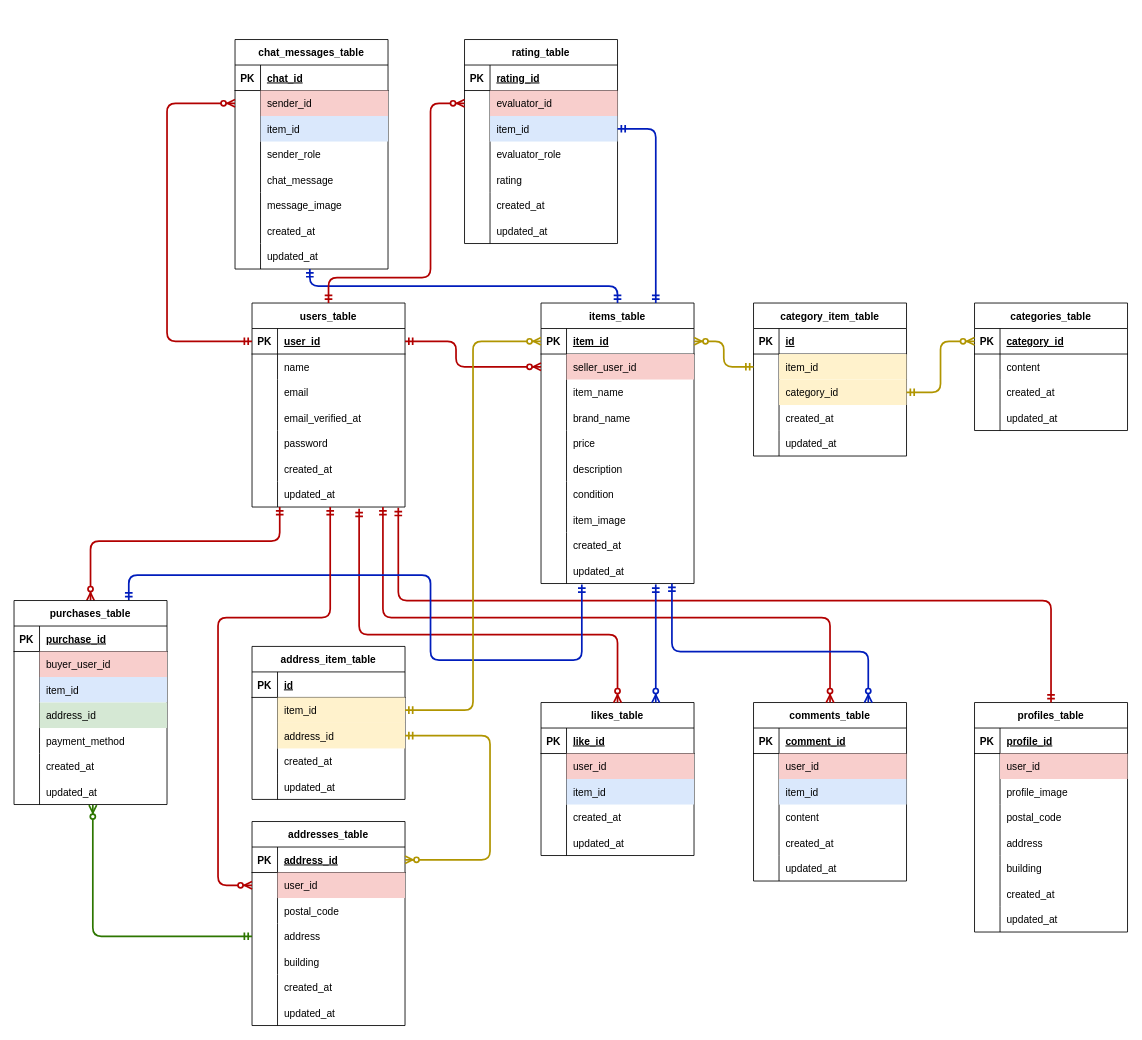
The draw.io diagram er.drawio in risamatsumoto1104/pro-test, before the edit. Source tidied: cells renumbered, new cells numbered last; positions are measured from the earlier drawing's top-left corner, leaving out a move shared by most shapes. Both pictures are drawn from the tidied source at 85%, with x=0, y=0 at pixel (14, 39).
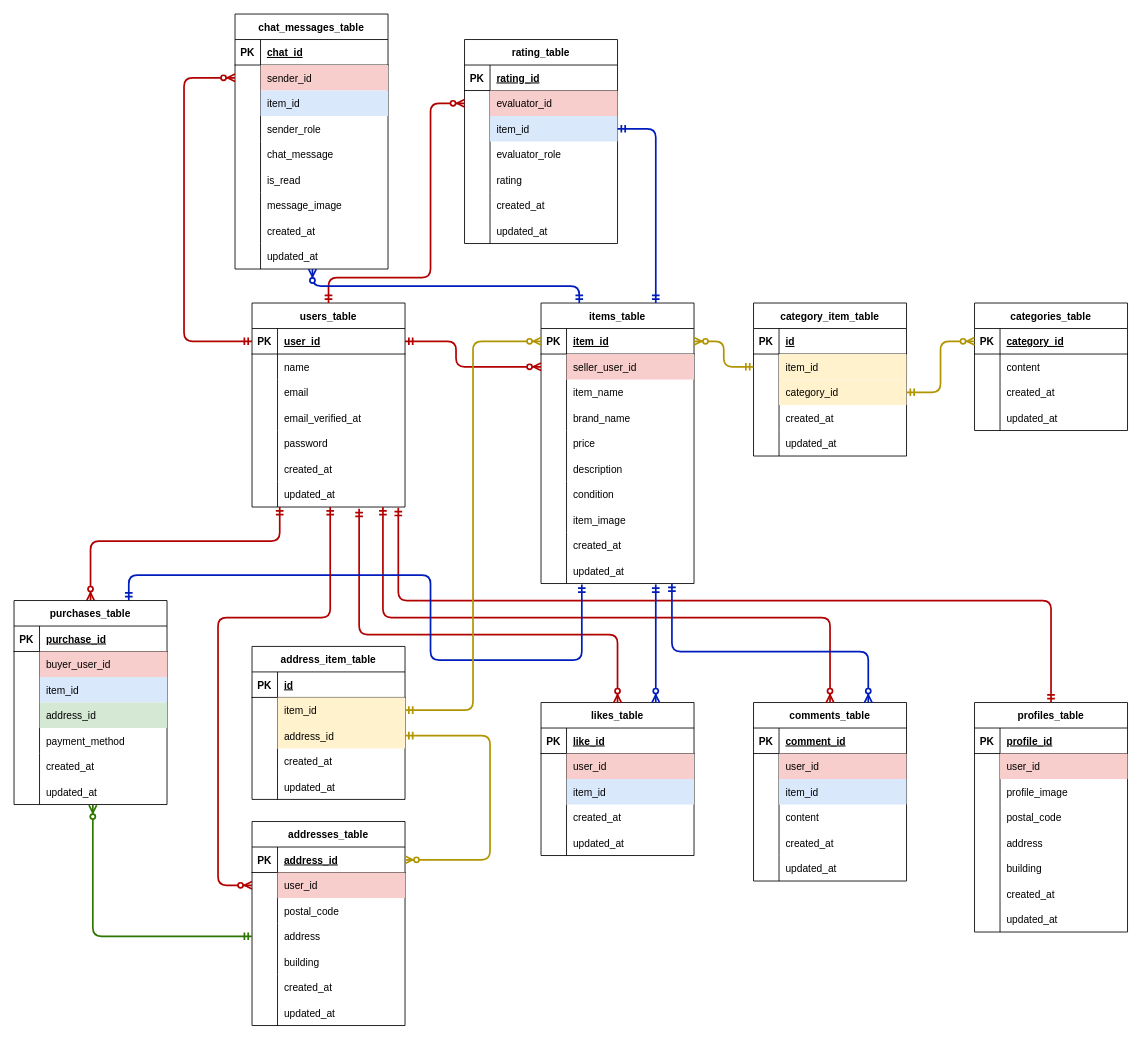
The same page after the edit.

The change refers to these unchanged cells:
```xml
<mxCell id="3" style="shape=tableRow;horizontal=0;startSize=0;swimlaneHead=0;swimlaneBody=0;fillColor=none;points=[[0,0.5],[1,0.5]];portConstraint=eastwest;top=0;left=0;right=0;bottom=1;" parent="2" vertex="1">
  <mxGeometry y="30" width="180" height="30" as="geometry" />
</mxCell>
<mxCell id="84" value="items_table" style="shape=table;startSize=30;childLayout=tableLayout;rowLines=0;fontStyle=1;align=center;" parent="1" vertex="1">
  <mxGeometry x="620" y="310" width="180" height="330" as="geometry" />
</mxCell>
<mxCell id="222" style="shape=tableRow;horizontal=0;startSize=0;swimlaneHead=0;swimlaneBody=0;fillColor=none;points=[[0,0.5],[1,0.5]];portConstraint=eastwest;top=0;left=0;right=0;bottom=0;" parent="218" vertex="1">
  <mxGeometry y="60" width="180" height="30" as="geometry" />
</mxCell>
```

What changed in the source:
```diff
@@
     <mxCell id="218" value="chat_messages_table" style="shape=table;startSize=30;childLayout=tableLayout;rowLines=0;fontStyle=1;align=center;" parent="1" vertex="1">
-      <mxGeometry x="260" width="180" height="270" as="geometry" />
+      <mxGeometry x="260" y="-30" width="180" height="300" as="geometry" />
     </mxCell>
@@
+    <mxCell id="269" style="shape=tableRow;horizontal=0;startSize=0;swimlaneHead=0;swimlaneBody=0;fillColor=none;top=0;left=0;right=0;bottom=0;" parent="218" vertex="1">
+      <mxGeometry y="180" width="180" height="30" as="geometry" />
+    </mxCell>
+    <mxCell id="270" style="shape=partialRectangle;fillColor=none;top=0;left=0;bottom=0;right=0;overflow=hidden;" parent="269" vertex="1">
+      <mxGeometry width="30" height="30" as="geometry" />
+    </mxCell>
+    <mxCell id="271" value="is_read" style="shape=partialRectangle;fillColor=none;top=0;left=0;bottom=0;right=0;align=left;spacingLeft=6;overflow=hidden;" parent="269" vertex="1">
+      <mxGeometry x="30" width="150" height="30" as="geometry" />
+    </mxCell>
     <mxCell id="234" style="shape=tableRow;horizontal=0;startSize=0;swimlaneHead=0;swimlaneBody=0;fillColor=none;top=0;left=0;right=0;bottom=0;" parent="218" vertex="1">
-      <mxGeometry y="180" width="180" height="30" as="geometry" />
+      <mxGeometry y="210" width="180" height="30" as="geometry" />
     </mxCell>
@@
     <mxCell id="237" style="shape=tableRow;horizontal=0;startSize=0;swimlaneHead=0;swimlaneBody=0;fillColor=none;top=0;left=0;right=0;bottom=0;" parent="218" vertex="1">
-      <mxGeometry y="210" width="180" height="30" as="geometry" />
+      <mxGeometry y="240" width="180" height="30" as="geometry" />
     </mxCell>
@@
     <mxCell id="240" style="shape=tableRow;horizontal=0;startSize=0;swimlaneHead=0;swimlaneBody=0;fillColor=none;points=[[0,0.5],[1,0.5]];portConstraint=eastwest;top=0;left=0;right=0;bottom=0;" parent="218" vertex="1">
-      <mxGeometry y="240" width="180" height="30" as="geometry" />
+      <mxGeometry y="270" width="180" height="30" as="geometry" />
     </mxCell>
@@
     <mxCell id="243" style="fontSize=12;html=1;endArrow=ERzeroToMany;startArrow=ERmandOne;entryX=0;entryY=0.5;entryDx=0;entryDy=0;exitX=0;exitY=0.5;exitDx=0;exitDy=0;strokeWidth=2;fillColor=#e51400;strokeColor=#B20000;edgeStyle=orthogonalEdgeStyle;" parent="1" edge="1" source="3" target="222">
       <mxGeometry relative="1" as="geometry">
         <Array as="points">
-          <mxPoint x="180" y="355" />
-          <mxPoint x="180" y="75" />
+          <mxPoint x="200" y="355" />
+          <mxPoint x="200" y="45" />
         </Array>
       </mxGeometry>
     </mxCell>
-    <mxCell id="244" style="fontSize=12;html=1;endArrow=ERmandOne;startArrow=ERmandOne;strokeWidth=2;exitX=0.5;exitY=0;exitDx=0;exitDy=0;edgeStyle=orthogonalEdgeStyle;strokeColor=#001DBC;fillColor=#0050ef;entryX=0.489;entryY=1.002;entryDx=0;entryDy=0;entryPerimeter=0;" parent="1" edge="1" source="84" target="240">
-      <mxGeometry relative="1" as="geometry">
-        <Array as="points">
-          <mxPoint x="710" y="290" />
-          <mxPoint x="348" y="290" />
-        </Array>
-      </mxGeometry>
-    </mxCell>
@@
+    <mxCell id="244" style="fontSize=12;html=1;endArrow=ERzeroToMany;startArrow=ERmandOne;entryX=0.506;entryY=1;entryDx=0;entryDy=0;strokeWidth=2;fillColor=#0050ef;strokeColor=#001DBC;edgeStyle=orthogonalEdgeStyle;exitX=0.25;exitY=0;exitDx=0;exitDy=0;entryPerimeter=0;" parent="1" edge="1" source="84" target="240">
+      <mxGeometry relative="1" as="geometry" />
+    </mxCell>
```
